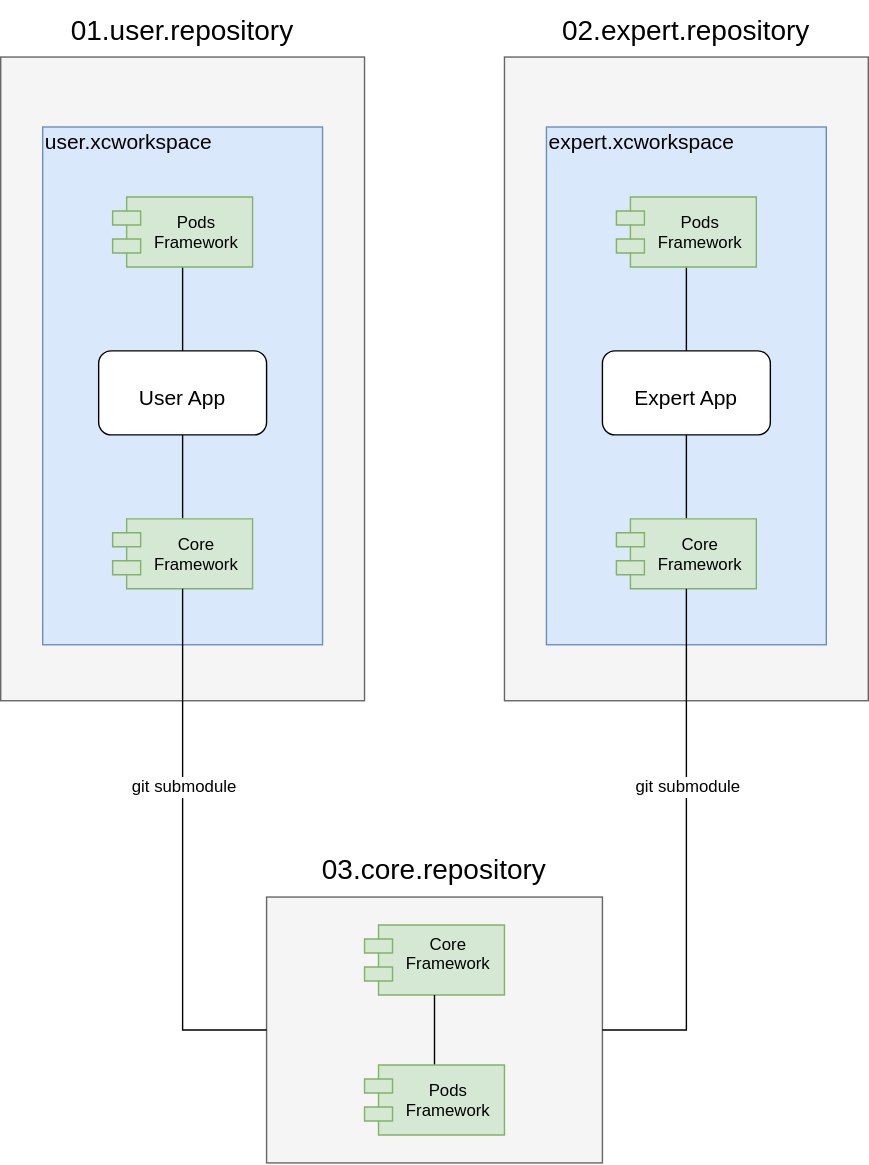
The draw.io diagram insiar_modular_architecture.svg in statios/diagrams, before a commit. Source tidied: cells renumbered, new cells last; positions are measured from the earlier drawing's top-left corner, leaving out a move shared by most shapes. Source of this version:
```xml
<mxGraphModel>
  <root>
    <mxCell id="0" />
    <mxCell id="1" parent="0" />
    <mxCell id="2" style="rounded=0;whiteSpace=wrap;html=1;fontSize=12;fillColor=#f5f5f5;strokeColor=#666666;fontColor=#333333;" parent="1" vertex="1">
      <mxGeometry x="190" y="640.3" width="240" height="190" as="geometry" />
    </mxCell>
    <mxCell id="3" style="rounded=0;whiteSpace=wrap;html=1;fontSize=12;fillColor=#f5f5f5;strokeColor=#666666;fontColor=#333333;" parent="1" vertex="1">
      <mxGeometry y="40" width="260" height="460" as="geometry" />
    </mxCell>
    <mxCell id="4" style="rounded=0;whiteSpace=wrap;html=1;fontSize=12;fillColor=#dae8fc;strokeColor=#6c8ebf;" parent="1" vertex="1">
      <mxGeometry x="30" y="90" width="200" height="370" as="geometry" />
    </mxCell>
    <mxCell id="5" value="&lt;font style=&quot;font-size: 15px&quot;&gt;User App&lt;/font&gt;" style="rounded=1;whiteSpace=wrap;html=1;fontSize=26;" parent="1" vertex="1">
      <mxGeometry x="70" y="250" width="120" height="60" as="geometry" />
    </mxCell>
    <mxCell id="6" value="Core&#10;Framework" style="shape=module;align=left;spacingLeft=20;align=center;verticalAlign=top;fontSize=12;fillColor=#d5e8d4;strokeColor=#82b366;" parent="1" vertex="1">
      <mxGeometry x="260" y="660.3" width="100" height="50" as="geometry" />
    </mxCell>
    <mxCell id="7" style="edgeStyle=orthogonalEdgeStyle;rounded=0;jettySize=auto;html=1;entryX=0.5;entryY=1;entryDx=0;entryDy=0;endArrow=none;endFill=0;fontSize=12;" parent="1" edge="1" source="8" target="5">
      <mxGeometry relative="1" as="geometry" />
    </mxCell>
    <mxCell id="8" value="Core&#10;Framework" style="shape=module;align=left;spacingLeft=20;align=center;verticalAlign=middle;fontSize=12;fillColor=#d5e8d4;strokeColor=#82b366;" parent="1" vertex="1">
      <mxGeometry x="80" y="370" width="100" height="50" as="geometry" />
    </mxCell>
    <mxCell id="9" style="edgeStyle=orthogonalEdgeStyle;rounded=0;jettySize=auto;html=1;entryX=0.5;entryY=0;entryDx=0;entryDy=0;endArrow=none;endFill=0;fontSize=12;" parent="1" edge="1" source="10" target="5">
      <mxGeometry relative="1" as="geometry" />
    </mxCell>
    <mxCell id="10" value="Pods&#10;Framework" style="shape=module;align=left;spacingLeft=20;align=center;verticalAlign=middle;fontSize=12;fillColor=#d5e8d4;strokeColor=#82b366;" parent="1" vertex="1">
      <mxGeometry x="80" y="140" width="100" height="50" as="geometry" />
    </mxCell>
    <mxCell id="11" value="&lt;font style=&quot;font-size: 15px&quot;&gt;user.xcworkspace&lt;/font&gt;" style="text;html=1;strokeColor=none;fillColor=none;align=left;verticalAlign=middle;whiteSpace=wrap;rounded=0;fontSize=12;" parent="1" vertex="1">
      <mxGeometry x="30" y="90" width="120" height="20" as="geometry" />
    </mxCell>
    <mxCell id="12" value="&lt;font style=&quot;font-size: 20px&quot;&gt;01.user.repository&lt;/font&gt;" style="text;html=1;strokeColor=none;fillColor=none;align=center;verticalAlign=middle;whiteSpace=wrap;rounded=0;fontSize=12;" parent="1" vertex="1">
      <mxGeometry width="260" height="40" as="geometry" />
    </mxCell>
    <mxCell id="13" style="rounded=0;whiteSpace=wrap;html=1;fontSize=12;fillColor=#f5f5f5;strokeColor=#666666;fontColor=#333333;" parent="1" vertex="1">
      <mxGeometry x="360" y="40" width="260" height="460" as="geometry" />
    </mxCell>
    <mxCell id="14" style="rounded=0;whiteSpace=wrap;html=1;fontSize=12;fillColor=#dae8fc;strokeColor=#6c8ebf;" parent="1" vertex="1">
      <mxGeometry x="390" y="90" width="200" height="370" as="geometry" />
    </mxCell>
    <mxCell id="15" value="&lt;font style=&quot;font-size: 15px&quot;&gt;Expert App&lt;/font&gt;" style="rounded=1;whiteSpace=wrap;html=1;fontSize=26;" parent="1" vertex="1">
      <mxGeometry x="430" y="250" width="120" height="60" as="geometry" />
    </mxCell>
    <mxCell id="16" style="edgeStyle=orthogonalEdgeStyle;rounded=0;jettySize=auto;html=1;entryX=0.5;entryY=1;entryDx=0;entryDy=0;endArrow=none;endFill=0;fontSize=12;" parent="1" edge="1" source="17" target="15">
      <mxGeometry relative="1" as="geometry" />
    </mxCell>
    <mxCell id="17" value="Core&#10;Framework" style="shape=module;align=left;spacingLeft=20;align=center;verticalAlign=middle;fontSize=12;fillColor=#d5e8d4;strokeColor=#82b366;" parent="1" vertex="1">
      <mxGeometry x="440" y="370" width="100" height="50" as="geometry" />
    </mxCell>
    <mxCell id="18" style="edgeStyle=orthogonalEdgeStyle;rounded=0;jettySize=auto;html=1;entryX=0.5;entryY=0;entryDx=0;entryDy=0;endArrow=none;endFill=0;fontSize=12;" parent="1" edge="1" source="19" target="15">
      <mxGeometry relative="1" as="geometry" />
    </mxCell>
    <mxCell id="19" value="Pods&#10;Framework" style="shape=module;align=left;spacingLeft=20;align=center;verticalAlign=middle;fontSize=12;fillColor=#d5e8d4;strokeColor=#82b366;" parent="1" vertex="1">
      <mxGeometry x="440" y="140" width="100" height="50" as="geometry" />
    </mxCell>
    <mxCell id="20" value="&lt;font style=&quot;font-size: 15px&quot;&gt;expert.xcworkspace&lt;/font&gt;" style="text;html=1;strokeColor=none;fillColor=none;align=left;verticalAlign=middle;whiteSpace=wrap;rounded=0;fontSize=12;" parent="1" vertex="1">
      <mxGeometry x="390" y="90" width="120" height="20" as="geometry" />
    </mxCell>
    <mxCell id="21" value="&lt;font style=&quot;font-size: 20px&quot;&gt;02.expert.repository&lt;/font&gt;" style="text;html=1;strokeColor=none;fillColor=none;align=center;verticalAlign=middle;whiteSpace=wrap;rounded=0;fontSize=12;" parent="1" vertex="1">
      <mxGeometry x="360" width="260" height="40" as="geometry" />
    </mxCell>
    <mxCell id="22" value="&lt;font style=&quot;font-size: 20px&quot;&gt;03.core.repository&lt;/font&gt;" style="text;html=1;strokeColor=none;fillColor=none;align=center;verticalAlign=middle;whiteSpace=wrap;rounded=0;fontSize=12;" parent="1" vertex="1">
      <mxGeometry x="170" y="600.3" width="280" height="40" as="geometry" />
    </mxCell>
    <mxCell id="23" style="edgeStyle=orthogonalEdgeStyle;rounded=0;jettySize=auto;html=1;entryX=0.5;entryY=1;entryDx=0;entryDy=0;endArrow=none;endFill=0;fontSize=12;" parent="1" edge="1" source="24" target="6">
      <mxGeometry relative="1" as="geometry" />
    </mxCell>
    <mxCell id="24" value="Pods&#10;Framework" style="shape=module;align=left;spacingLeft=20;align=center;verticalAlign=middle;fontSize=12;fillColor=#d5e8d4;strokeColor=#82b366;" parent="1" vertex="1">
      <mxGeometry x="260" y="760.3" width="100" height="50" as="geometry" />
    </mxCell>
    <mxCell id="25" style="edgeStyle=orthogonalEdgeStyle;rounded=0;jettySize=auto;html=1;entryX=0.5;entryY=1;entryDx=0;entryDy=0;endArrow=none;endFill=0;fontSize=12;" parent="1" edge="1" source="2" target="8">
      <mxGeometry relative="1" as="geometry" />
    </mxCell>
    <mxCell id="26" value="git submodule" style="edgeLabel;html=1;align=center;verticalAlign=middle;fontSize=12;" parent="25" vertex="1">
      <mxGeometry x="0.24" relative="1" as="geometry">
        <mxPoint y="-1" as="offset" />
      </mxGeometry>
    </mxCell>
    <mxCell id="27" style="edgeStyle=orthogonalEdgeStyle;rounded=0;jettySize=auto;html=1;entryX=0.5;entryY=1;entryDx=0;entryDy=0;endArrow=none;endFill=0;fontSize=12;" parent="1" edge="1" source="2" target="17">
      <mxGeometry relative="1" as="geometry" />
    </mxCell>
    <mxCell id="28" value="git submodule" style="edgeLabel;html=1;align=center;verticalAlign=middle;fontSize=12;" parent="27" vertex="1">
      <mxGeometry x="0.24" relative="1" as="geometry">
        <mxPoint y="-1" as="offset" />
      </mxGeometry>
    </mxCell>
  </root>
</mxGraphModel>
```
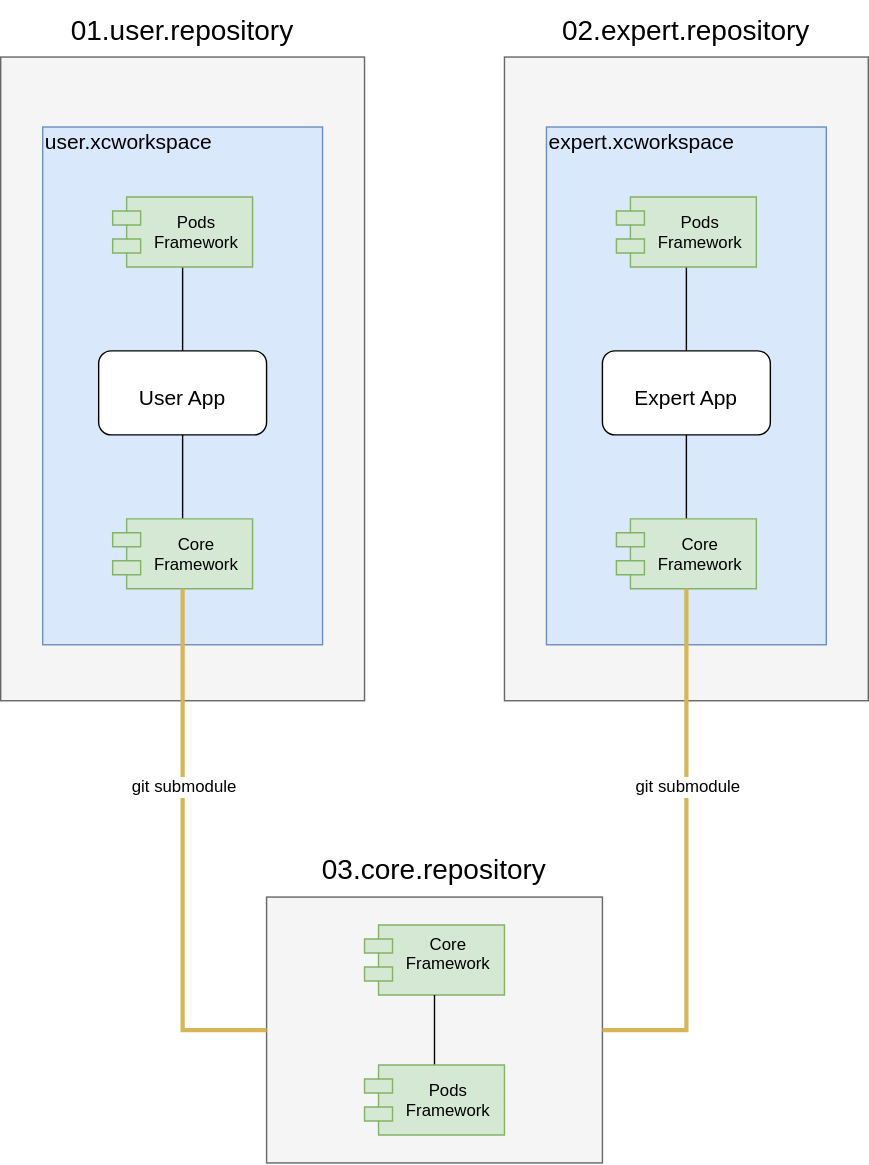
The same diagram one commit later.

The edit, as a diff of the source:
```diff
@@ -71,7 +71,7 @@
     <mxCell id="24" value="Pods&#10;Framework" style="shape=module;align=left;spacingLeft=20;align=center;verticalAlign=middle;fontSize=12;fillColor=#d5e8d4;strokeColor=#82b366;" parent="1" vertex="1">
       <mxGeometry x="260" y="760.3" width="100" height="50" as="geometry" />
     </mxCell>
-    <mxCell id="25" style="edgeStyle=orthogonalEdgeStyle;rounded=0;jettySize=auto;html=1;entryX=0.5;entryY=1;entryDx=0;entryDy=0;endArrow=none;endFill=0;fontSize=12;" parent="1" edge="1" source="2" target="8">
+    <mxCell id="25" style="edgeStyle=orthogonalEdgeStyle;rounded=0;jettySize=auto;html=1;entryX=0.5;entryY=1;entryDx=0;entryDy=0;endArrow=none;endFill=0;fontSize=12;strokeWidth=3;fillColor=#fff2cc;strokeColor=#d6b656;" parent="1" edge="1" source="2" target="8">
       <mxGeometry relative="1" as="geometry" />
     </mxCell>
     <mxCell id="26" value="git submodule" style="edgeLabel;html=1;align=center;verticalAlign=middle;fontSize=12;" parent="25" vertex="1">
@@ -79,7 +79,7 @@
         <mxPoint y="-1" as="offset" />
       </mxGeometry>
     </mxCell>
-    <mxCell id="27" style="edgeStyle=orthogonalEdgeStyle;rounded=0;jettySize=auto;html=1;entryX=0.5;entryY=1;entryDx=0;entryDy=0;endArrow=none;endFill=0;fontSize=12;" parent="1" edge="1" source="2" target="17">
+    <mxCell id="27" style="edgeStyle=orthogonalEdgeStyle;rounded=0;jettySize=auto;html=1;entryX=0.5;entryY=1;entryDx=0;entryDy=0;endArrow=none;endFill=0;fontSize=12;fillColor=#fff2cc;strokeColor=#d6b656;strokeWidth=3;" parent="1" edge="1" source="2" target="17">
       <mxGeometry relative="1" as="geometry" />
     </mxCell>
     <mxCell id="28" value="git submodule" style="edgeLabel;html=1;align=center;verticalAlign=middle;fontSize=12;" parent="27" vertex="1">
```
